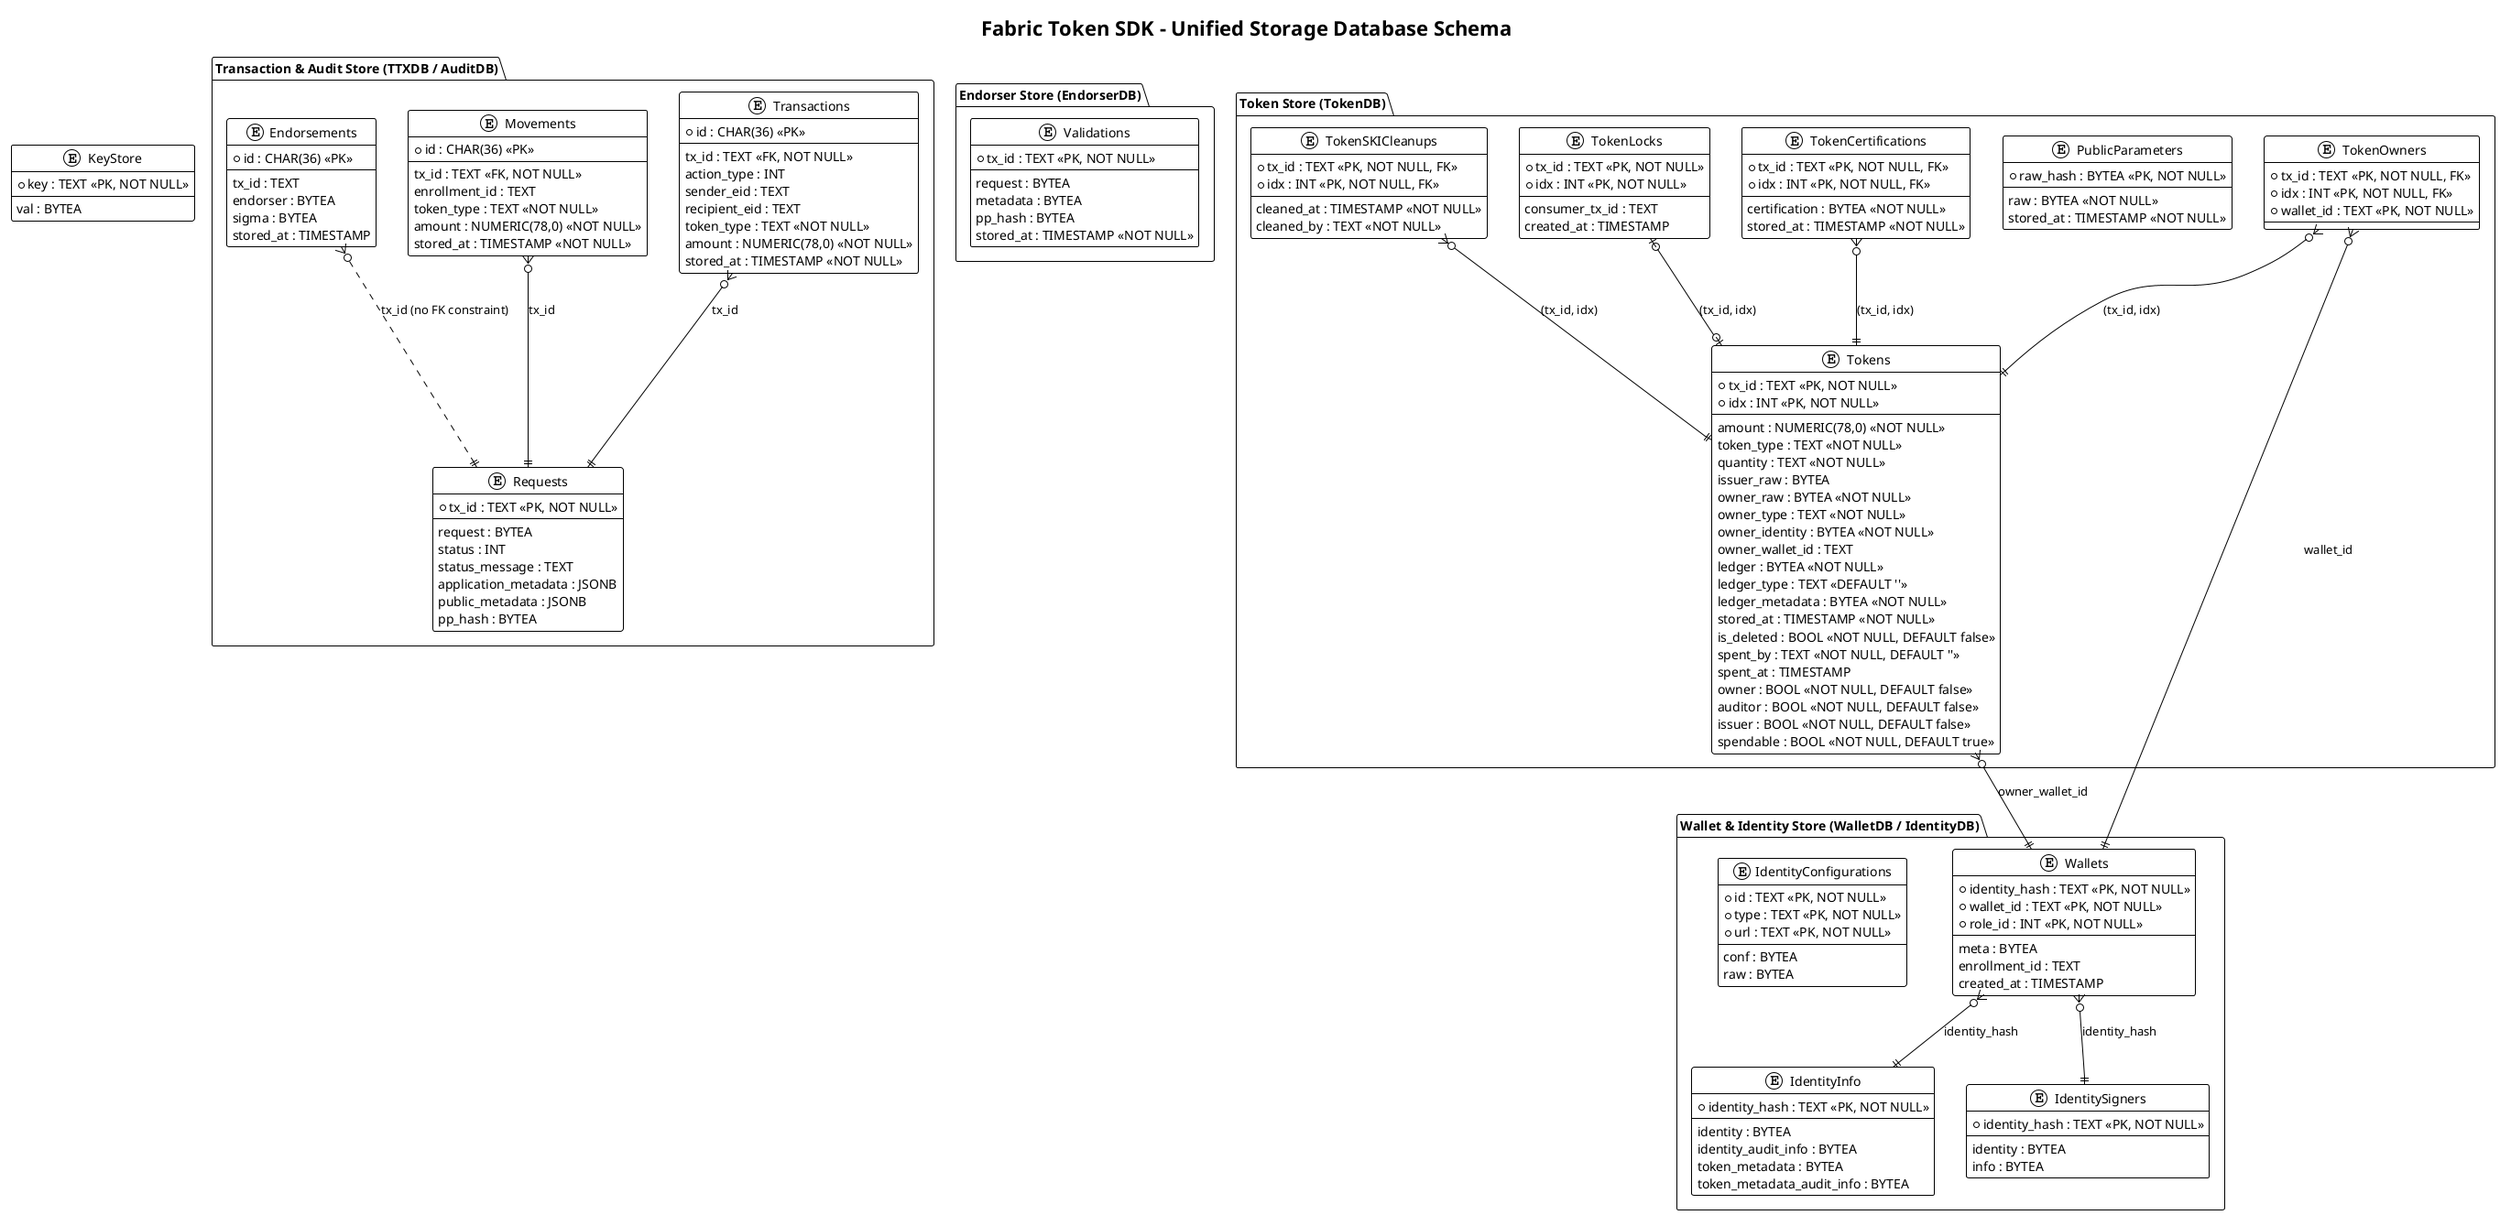
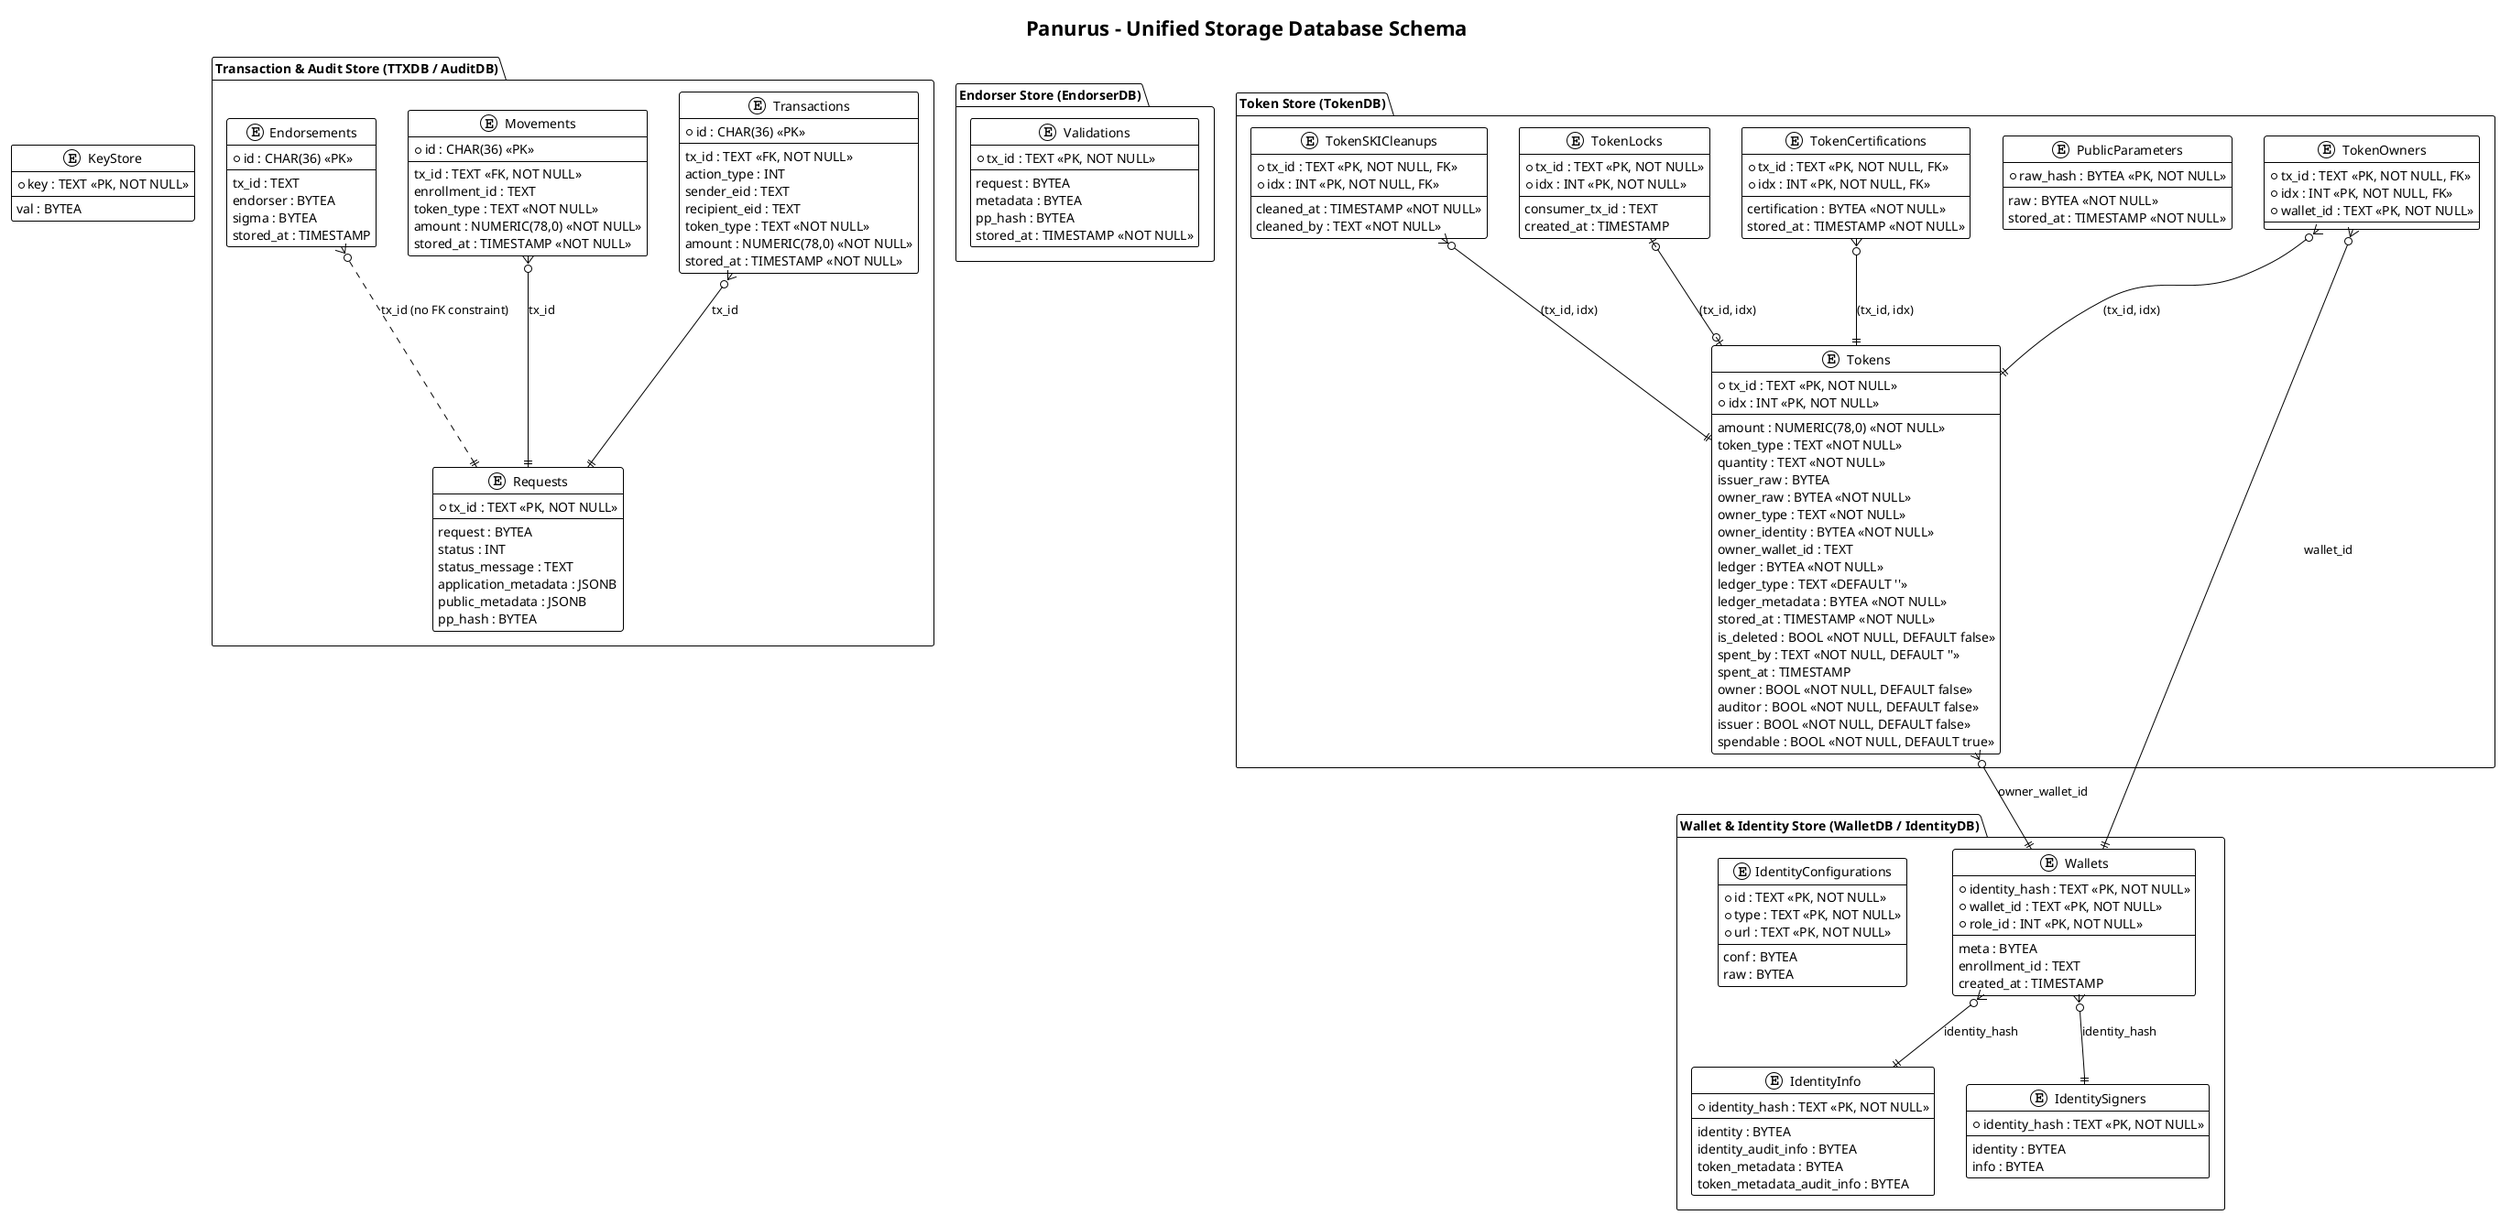
@startuml
!theme plain
skinparam componentStyle rectangle

- title Fabric Token SDK - Unified Storage Database Schema
+ title Panurus - Unified Storage Database Schema

package "Transaction & Audit Store (TTXDB / AuditDB)" {
    entity "Requests" as requests {
        * tx_id : TEXT <<PK, NOT NULL>>
        --
        request : BYTEA
        status : INT
        status_message : TEXT
        application_metadata : JSONB
        public_metadata : JSONB
        pp_hash : BYTEA
    }

    entity "Transactions" as txs {
        * id : CHAR(36) <<PK>>
        --
        tx_id : TEXT <<FK, NOT NULL>>
        action_type : INT
        sender_eid : TEXT
        recipient_eid : TEXT
        token_type : TEXT <<NOT NULL>>
        amount : NUMERIC(78,0) <<NOT NULL>>
        stored_at : TIMESTAMP <<NOT NULL>>
    }

    entity "Movements" as movements {
        * id : CHAR(36) <<PK>>
        --
        tx_id : TEXT <<FK, NOT NULL>>
        enrollment_id : TEXT
        token_type : TEXT <<NOT NULL>>
        amount : NUMERIC(78,0) <<NOT NULL>>
        stored_at : TIMESTAMP <<NOT NULL>>
    }

    entity "Endorsements" as tx_ends {
        * id : CHAR(36) <<PK>>
        --
        tx_id : TEXT
        endorser : BYTEA
        sigma : BYTEA
        stored_at : TIMESTAMP
    }

    txs }o--|| requests : "tx_id"
    movements }o--|| requests : "tx_id"
    tx_ends }o..|| requests : "tx_id (no FK constraint)"
}

package "Endorser Store (EndorserDB)" {
    entity "Validations" as req_vals {
        * tx_id : TEXT <<PK, NOT NULL>>
        --
        request : BYTEA
        metadata : BYTEA
        pp_hash : BYTEA
        stored_at : TIMESTAMP <<NOT NULL>>
    }
}

package "Token Store (TokenDB)" {
    entity "Tokens" as tokens {
        * tx_id : TEXT <<PK, NOT NULL>>
        * idx : INT <<PK, NOT NULL>>
        --
        amount : NUMERIC(78,0) <<NOT NULL>>
        token_type : TEXT <<NOT NULL>>
        quantity : TEXT <<NOT NULL>>
        issuer_raw : BYTEA
        owner_raw : BYTEA <<NOT NULL>>
        owner_type : TEXT <<NOT NULL>>
        owner_identity : BYTEA <<NOT NULL>>
        owner_wallet_id : TEXT
        ledger : BYTEA <<NOT NULL>>
        ledger_type : TEXT <<DEFAULT ''>>
        ledger_metadata : BYTEA <<NOT NULL>>
        stored_at : TIMESTAMP <<NOT NULL>>
        is_deleted : BOOL <<NOT NULL, DEFAULT false>>
        spent_by : TEXT <<NOT NULL, DEFAULT ''>>
        spent_at : TIMESTAMP
        owner : BOOL <<NOT NULL, DEFAULT false>>
        auditor : BOOL <<NOT NULL, DEFAULT false>>
        issuer : BOOL <<NOT NULL, DEFAULT false>>
        spendable : BOOL <<NOT NULL, DEFAULT true>>
    }

    entity "TokenOwners" as tkn_own {
        * tx_id : TEXT <<PK, NOT NULL, FK>>
        * idx : INT <<PK, NOT NULL, FK>>
        * wallet_id : TEXT <<PK, NOT NULL>>
    }

    entity "PublicParameters" as public_params {
        * raw_hash : BYTEA <<PK, NOT NULL>>
        --
        raw : BYTEA <<NOT NULL>>
        stored_at : TIMESTAMP <<NOT NULL>>
    }

    entity "TokenCertifications" as tkn_crts {
        * tx_id : TEXT <<PK, NOT NULL, FK>>
        * idx : INT <<PK, NOT NULL, FK>>
        --
        certification : BYTEA <<NOT NULL>>
        stored_at : TIMESTAMP <<NOT NULL>>
    }

    entity "TokenLocks" as tkn_locks {
        * tx_id : TEXT <<PK, NOT NULL>>
        * idx : INT <<PK, NOT NULL>>
        --
        consumer_tx_id : TEXT
        created_at : TIMESTAMP
    }

    entity "TokenSKICleanups" as tkn_ski_cleanups {
        * tx_id : TEXT <<PK, NOT NULL, FK>>
        * idx : INT <<PK, NOT NULL, FK>>
        --
        cleaned_at : TIMESTAMP <<NOT NULL>>
        cleaned_by : TEXT <<NOT NULL>>
    }

    tkn_own }o--|| tokens : "(tx_id, idx)"
    tkn_crts }o--|| tokens : "(tx_id, idx)"
    tkn_locks |o--o| tokens : "(tx_id, idx)"
    tkn_ski_cleanups }o--|| tokens : "(tx_id, idx)"
}

package "Wallet & Identity Store (WalletDB / IdentityDB)" {
    entity "Wallets" as wallets {
        * identity_hash : TEXT <<PK, NOT NULL>>
        * wallet_id : TEXT <<PK, NOT NULL>>
        * role_id : INT <<PK, NOT NULL>>
        --
        meta : BYTEA
        enrollment_id : TEXT
        created_at : TIMESTAMP
    }

    entity "IdentityConfigurations" as id_cfgs {
        * id : TEXT <<PK, NOT NULL>>
        * type : TEXT <<PK, NOT NULL>>
        * url : TEXT <<PK, NOT NULL>>
        --
        conf : BYTEA
        raw : BYTEA
    }

    entity "IdentityInfo" as id_info {
        * identity_hash : TEXT <<PK, NOT NULL>>
        --
        identity : BYTEA
        identity_audit_info : BYTEA
        token_metadata : BYTEA
        token_metadata_audit_info : BYTEA
    }

    entity "IdentitySigners" as id_signers {
        * identity_hash : TEXT <<PK, NOT NULL>>
        --
        identity : BYTEA
        info : BYTEA
    }

    wallets }o--|| id_info : "identity_hash"
    wallets }o--|| id_signers : "identity_hash"
}

entity "KeyStore" as key_store {
    * key : TEXT <<PK, NOT NULL>>
    --
    val : BYTEA
}

' Relationships between packages
tkn_own }o--|| wallets : "wallet_id"
tokens }o--|| wallets : "owner_wallet_id"

@enduml